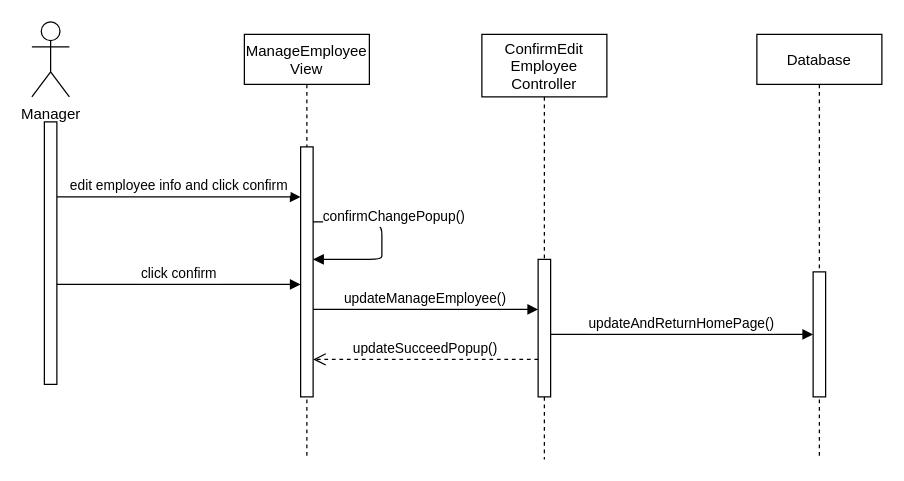
Earlier version of the draw.io diagram Diagram/Sequence Diagram/Manager/EditEmployee.drawio (hakunhan/employee_management). Source tidied: cells renumbered, new cells numbered last; positions are measured from the earlier drawing's top-left corner, leaving out a move shared by most shapes. Both pictures are drawn from the tidied source at 125%, with x=0, y=0 at pixel (31, 21).
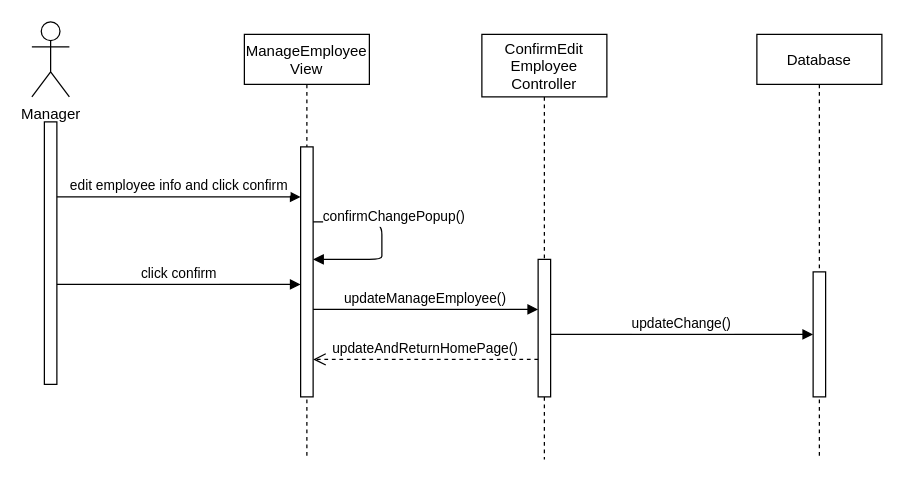
Above is the later version.

The change refers to these unchanged cells:
```xml
<mxCell id="3" style="points=[];perimeter=orthogonalPerimeter;rounded=0;shadow=0;strokeWidth=1;" parent="2" vertex="1">
  <mxGeometry x="45" y="90" width="10" height="200" as="geometry" />
</mxCell>
<mxCell id="6" style="points=[];perimeter=orthogonalPerimeter;rounded=0;shadow=0;strokeWidth=1;" parent="5" vertex="1">
  <mxGeometry x="45" y="180" width="10" height="110" as="geometry" />
</mxCell>
<mxCell id="9" style="points=[];perimeter=orthogonalPerimeter;rounded=0;shadow=0;strokeWidth=1;" parent="8" vertex="1">
  <mxGeometry x="45" y="190" width="10" height="100" as="geometry" />
</mxCell>
```

The edit, as a diff of the source:
```diff
@@
-    <mxCell id="12" value="updateAndReturnHomePage()" style="verticalAlign=bottom;endArrow=block;shadow=0;strokeWidth=1;" parent="1" edge="1" source="6" target="9">
+    <mxCell id="12" value="updateChange()" style="verticalAlign=bottom;endArrow=block;shadow=0;strokeWidth=1;" parent="1" edge="1" source="6" target="9">
       <mxGeometry relative="1" as="geometry">
         <Array as="points">
           <mxPoint x="490" y="250" />
         </Array>
       </mxGeometry>
     </mxCell>
@@
-    <mxCell id="15" value="updateSucceedPopup()" style="verticalAlign=bottom;endArrow=open;dashed=1;endSize=8;shadow=0;strokeWidth=1;" parent="1" edge="1" source="6" target="3">
+    <mxCell id="15" value="updateAndReturnHomePage()" style="verticalAlign=bottom;endArrow=open;dashed=1;endSize=8;shadow=0;strokeWidth=1;" parent="1" edge="1" source="6" target="3">
       <mxGeometry relative="1" as="geometry">
         <Array as="points">
           <mxPoint x="340" y="270" />
         </Array>
       </mxGeometry>
     </mxCell>
```
